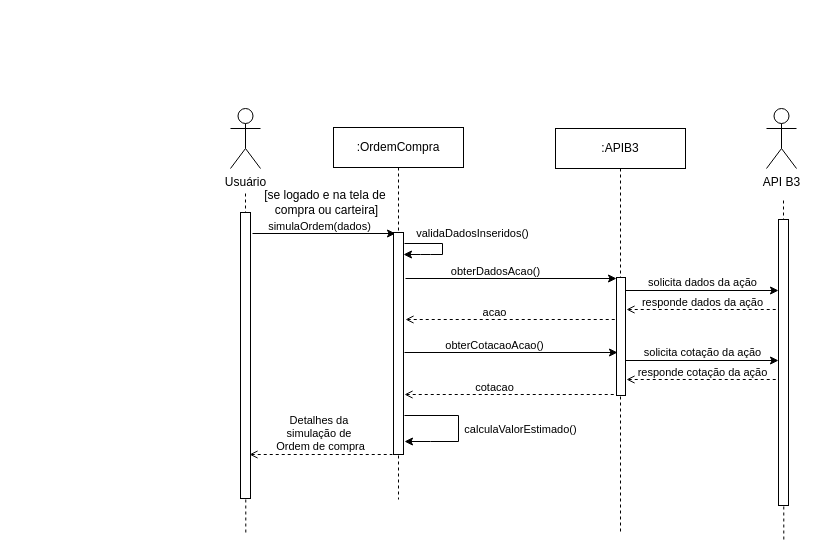
This is diagrama_sequencia/Diagrama_Sequencia_UC07.drawio from gb-cs-rt/home_broker, a draw.io file, before an edit. Source tidied: cells renumbered, new cells numbered last; positions are measured from the earlier drawing's top-left corner, leaving out a move shared by most shapes. Both pictures are drawn from the tidied source at 100%, with x=0, y=0 at pixel (230, 108).
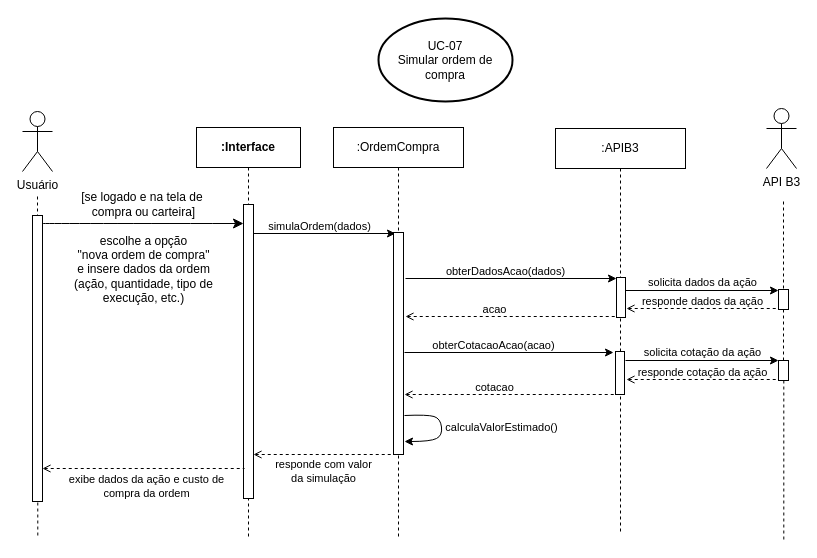
Above is the later version.

The change refers to these unchanged cells:
```xml
<mxCell id="7" value=":APIB3" style="shape=umlLifeline;perimeter=lifelinePerimeter;whiteSpace=wrap;html=1;newEdgeStyle={&quot;curved&quot;:0,&quot;rounded&quot;:0};" parent="1" vertex="1">
  <mxGeometry x="325" y="20" width="130" height="403" as="geometry" />
</mxCell>
<mxCell id="11" style="edgeStyle=none;orthogonalLoop=1;jettySize=auto;html=1;rounded=0;" parent="1" edge="1">
  <mxGeometry relative="1" as="geometry">
    <mxPoint x="175" y="170" as="sourcePoint" />
    <mxPoint x="386" y="170" as="targetPoint" />
  </mxGeometry>
</mxCell>
```

Change to the diagram source:
```diff
@@
     <mxCell id="2" value="Usuário" style="shape=umlActor;verticalLabelPosition=bottom;verticalAlign=top;html=1;" parent="1" vertex="1">
-      <mxGeometry width="30" height="60" as="geometry" />
+      <mxGeometry x="-208" y="3" width="30" height="60" as="geometry" />
     </mxCell>
     <mxCell id="3" style="endArrow=none;dashed=1;html=1;rounded=0;" parent="1" edge="1">
       <mxGeometry relative="1" as="geometry">
-        <mxPoint x="15.3" y="424" as="sourcePoint" />
-        <mxPoint x="15" y="85" as="targetPoint" />
+        <mxPoint x="-192.7" y="427" as="sourcePoint" />
+        <mxPoint x="-193" y="88" as="targetPoint" />
       </mxGeometry>
     </mxCell>
@@
     <mxCell id="6" style="html=1;points=[[0,0,0,0,5],[0,1,0,0,-5],[1,0,0,0,5],[1,1,0,0,-5]];perimeter=orthogonalPerimeter;outlineConnect=0;targetShapes=umlLifeline;portConstraint=eastwest;newEdgeStyle={&quot;curved&quot;:0,&quot;rounded&quot;:0};" parent="1" vertex="1">
-      <mxGeometry x="10" y="104" width="10" height="286" as="geometry" />
+      <mxGeometry x="-198" y="107" width="10" height="286" as="geometry" />
     </mxCell>
@@
     <mxCell id="8" style="html=1;perimeter=orthogonalPerimeter;targetShapes=umlLifeline;newEdgeStyle={&quot;curved&quot;:0,&quot;rounded&quot;:0};" parent="7" vertex="1">
-      <mxGeometry x="61" y="149" width="9" height="118" as="geometry" />
+      <mxGeometry x="61" y="149" width="9" height="40" as="geometry" />
     </mxCell>
+    <mxCell id="37" style="html=1;perimeter=orthogonalPerimeter;targetShapes=umlLifeline;newEdgeStyle={&quot;curved&quot;:0,&quot;rounded&quot;:0};" parent="7" vertex="1">
+      <mxGeometry x="60" y="223" width="9" height="43" as="geometry" />
+    </mxCell>
     <mxCell id="9" value=":OrdemCompra" style="shape=umlLifeline;perimeter=lifelinePerimeter;whiteSpace=wrap;html=1;newEdgeStyle={&quot;curved&quot;:0,&quot;rounded&quot;:0};" parent="1" vertex="1">
-      <mxGeometry x="103" y="19" width="130" height="372" as="geometry" />
+      <mxGeometry x="103" y="19" width="130" height="409" as="geometry" />
     </mxCell>
@@
-    <mxCell id="12" value="obterDadosAcao()" style="edgeLabel;html=1;align=center;verticalAlign=middle;" parent="11" vertex="1">
+    <mxCell id="12" value="obterDadosAcao(dados)" style="edgeLabel;html=1;align=center;verticalAlign=middle;" parent="11" vertex="1">
       <mxGeometry x="-0.16" relative="1" as="geometry">
-        <mxPoint y="-8" as="offset" />
+        <mxPoint x="10" y="-8" as="offset" />
       </mxGeometry>
     </mxCell>
-    <mxCell id="13" style="endArrow=classic;html=1;rounded=0;" parent="1" edge="1">
-      <mxGeometry relative="1" as="geometry">
-        <mxPoint x="174" y="135" as="sourcePoint" />
-        <mxPoint x="173" y="146" as="targetPoint" />
-        <Array as="points">
-          <mxPoint x="212" y="135" />
-          <mxPoint x="212" y="146" />
-          <mxPoint x="200" y="146" />
-          <mxPoint x="190" y="146" />
-        </Array>
-      </mxGeometry>
-    </mxCell>
-    <mxCell id="14" value="validaDadosInseridos()" style="edgeLabel;html=1;align=center;verticalAlign=middle;rotation=0;" parent="13" vertex="1">
-      <mxGeometry x="-0.41" y="-1" relative="1" as="geometry">
-        <mxPoint x="41" y="-12" as="offset" />
-      </mxGeometry>
-    </mxCell>
-    <mxCell id="15" style="edgeStyle=none;orthogonalLoop=1;jettySize=auto;html=1;rounded=0;entryX=0;entryY=0.64;entryDx=0;entryDy=0;entryPerimeter=0;" parent="1" edge="1">
+    <mxCell id="15" style="edgeStyle=none;orthogonalLoop=1;jettySize=auto;html=1;rounded=0;" parent="1" edge="1">
       <mxGeometry relative="1" as="geometry">
         <mxPoint x="174" y="244" as="sourcePoint" />
-        <mxPoint x="387" y="244" as="targetPoint" />
+        <mxPoint x="383" y="244" as="targetPoint" />
       </mxGeometry>
     </mxCell>
-    <mxCell id="16" value="obterCotacaoAcao()" style="edgeLabel;html=1;align=center;verticalAlign=middle;" parent="15" vertex="1">
+    <mxCell id="16" value="obterCotacaoAcao(acao)" style="edgeLabel;html=1;align=center;verticalAlign=middle;" parent="15" vertex="1">
       <mxGeometry x="-0.16" relative="1" as="geometry">
         <mxPoint y="-8" as="offset" />
       </mxGeometry>
     </mxCell>
     <mxCell id="17" style="edgeStyle=none;orthogonalLoop=1;jettySize=auto;html=1;rounded=0;startArrow=open;startFill=0;endArrow=none;endFill=0;dashed=1;" parent="1" edge="1">
       <mxGeometry relative="1" as="geometry">
-        <mxPoint x="175" y="211" as="sourcePoint" />
-        <mxPoint x="385" y="211" as="targetPoint" />
+        <mxPoint x="175" y="208" as="sourcePoint" />
+        <mxPoint x="385" y="208" as="targetPoint" />
       </mxGeometry>
     </mxCell>
@@
-    <mxCell id="21" style="endArrow=classic;html=1;rounded=0;" parent="1" edge="1">
+    <mxCell id="21" style="endArrow=classic;html=1;rounded=0;curved=1;" parent="1" edge="1">
       <mxGeometry relative="1" as="geometry">
         <mxPoint x="174" y="307" as="sourcePoint" />
         <mxPoint x="174" y="333" as="targetPoint" />
         <Array as="points">
-          <mxPoint x="228" y="307" />
-          <mxPoint x="228" y="333" />
+          <mxPoint x="197" y="306" />
+          <mxPoint x="210" y="310" />
+          <mxPoint x="212" y="327" />
           <mxPoint x="200" y="333" />
         </Array>
       </mxGeometry>
     </mxCell>
     <mxCell id="22" value="calculaValorEstimado()" style="edgeLabel;html=1;align=center;verticalAlign=middle;" parent="21" vertex="1">
       <mxGeometry x="-0.09" relative="1" as="geometry">
-        <mxPoint x="61" y="6" as="offset" />
+        <mxPoint x="60" y="3" as="offset" />
       </mxGeometry>
     </mxCell>
-    <mxCell id="23" style="endArrow=none;html=1;rounded=0;startArrow=open;startFill=0;endFill=0;dashed=1;" parent="1" edge="1">
+    <mxCell id="23" style="endArrow=none;html=1;rounded=0;startArrow=open;startFill=0;endFill=0;dashed=1;" parent="1" edge="1" source="41">
       <mxGeometry relative="1" as="geometry">
-        <mxPoint x="19" y="346" as="sourcePoint" />
         <mxPoint x="162" y="346" as="targetPoint" />
       </mxGeometry>
     </mxCell>
-    <mxCell id="24" value="Detalhes da&amp;nbsp;&lt;div&gt;simulação de&amp;nbsp;&lt;/div&gt;&lt;div&gt;Ordem de compra&lt;/div&gt;" style="edgeLabel;html=1;align=center;verticalAlign=middle;" parent="23" vertex="1">
+    <mxCell id="24" value="responde com valor&lt;div&gt;da simulação&lt;/div&gt;" style="edgeLabel;html=1;align=center;verticalAlign=middle;" parent="23" vertex="1">
       <mxGeometry x="0.34" y="1" relative="1" as="geometry">
-        <mxPoint x="-26" y="-21" as="offset" />
+        <mxPoint x="-24" y="17" as="offset" />
       </mxGeometry>
     </mxCell>
-    <mxCell id="25" style="endArrow=none;dashed=1;html=1;rounded=0;" parent="1" edge="1">
+    <mxCell id="25" style="endArrow=none;dashed=1;html=1;rounded=0;" parent="1" edge="1" source="39">
       <mxGeometry relative="1" as="geometry">
-        <mxPoint x="553.3" y="431" as="sourcePoint" />
         <mxPoint x="553" y="92" as="targetPoint" />
       </mxGeometry>
     </mxCell>
     <mxCell id="26" style="html=1;perimeter=orthogonalPerimeter;targetShapes=umlLifeline;newEdgeStyle={&quot;curved&quot;:0,&quot;rounded&quot;:0};" parent="1" vertex="1">
-      <mxGeometry x="548" y="111" width="10" height="286" as="geometry" />
+      <mxGeometry x="548" y="181" width="10" height="20" as="geometry" />
     </mxCell>
@@
     <mxCell id="30" style="edgeStyle=none;orthogonalLoop=1;jettySize=auto;html=1;rounded=0;endArrow=none;endFill=0;startArrow=open;startFill=0;dashed=1;" parent="1" edge="1">
       <mxGeometry relative="1" as="geometry">
-        <mxPoint x="396" y="201" as="sourcePoint" />
-        <mxPoint x="546" y="201" as="targetPoint" />
+        <mxPoint x="396" y="200" as="sourcePoint" />
+        <mxPoint x="546" y="200" as="targetPoint" />
       </mxGeometry>
     </mxCell>
@@
     <mxCell id="36" value="[se logado e na tela de&amp;nbsp;&lt;div&gt;compra ou carteira]&lt;/div&gt;" style="text;html=1;align=center;verticalAlign=middle;strokeColor=none;fillColor=none;" parent="1" vertex="1">
-      <mxGeometry x="24" y="73" width="143" height="41" as="geometry" />
+      <mxGeometry x="-159" y="75" width="143" height="41" as="geometry" />
     </mxCell>
+    <mxCell id="38" style="endArrow=none;dashed=1;html=1;rounded=0;" parent="1" edge="1" target="39">
+      <mxGeometry relative="1" as="geometry">
+        <mxPoint x="553.3" y="431" as="sourcePoint" />
+      </mxGeometry>
+    </mxCell>
+    <mxCell id="39" style="html=1;points=[[0,0,0,0,5],[0,1,0,0,-5],[1,0,0,0,5],[1,1,0,0,-5]];perimeter=orthogonalPerimeter;outlineConnect=0;targetShapes=umlLifeline;portConstraint=eastwest;newEdgeStyle={&quot;curved&quot;:0,&quot;rounded&quot;:0};" parent="1" vertex="1">
+      <mxGeometry x="548" y="252" width="10" height="20" as="geometry" />
+    </mxCell>
+    <mxCell id="40" value="&lt;b&gt;:Interface&lt;/b&gt;" style="shape=umlLifeline;perimeter=lifelinePerimeter;whiteSpace=wrap;html=1;newEdgeStyle={&quot;edgeStyle&quot;:&quot;elbowEdgeStyle&quot;,&quot;elbow&quot;:&quot;vertical&quot;,&quot;curved&quot;:0,&quot;rounded&quot;:0};" parent="1" vertex="1">
+      <mxGeometry x="-34" y="19" width="104" height="409" as="geometry" />
+    </mxCell>
+    <mxCell id="41" style="html=1;points=[];perimeter=orthogonalPerimeter;outlineConnect=0;targetShapes=umlLifeline;portConstraint=eastwest;newEdgeStyle={&quot;edgeStyle&quot;:&quot;elbowEdgeStyle&quot;,&quot;elbow&quot;:&quot;vertical&quot;,&quot;curved&quot;:0,&quot;rounded&quot;:0};" parent="40" vertex="1">
+      <mxGeometry x="47" y="77" width="10" height="294" as="geometry" />
+    </mxCell>
+    <mxCell id="42" style="endArrow=classic;html=1;rounded=0;fontSize=12;startSize=8;endSize=8;curved=1;" parent="1" edge="1" target="41">
+      <mxGeometry relative="1" as="geometry">
+        <mxPoint x="-188" y="115" as="sourcePoint" />
+      </mxGeometry>
+    </mxCell>
+    <mxCell id="43" value="escolhe a opção&lt;div&gt;&quot;nova ordem de compra&quot;&lt;/div&gt;&lt;div&gt;e insere dados da ordem&lt;/div&gt;&lt;div&gt;(ação, quantidade, tipo de&lt;/div&gt;&lt;div&gt;execução, etc.)&lt;/div&gt;" style="edgeLabel;html=1;align=center;verticalAlign=middle;fontSize=12;" parent="42" vertex="1">
+      <mxGeometry x="-0.12" y="-1" relative="1" as="geometry">
+        <mxPoint x="12" y="44" as="offset" />
+      </mxGeometry>
+    </mxCell>
+    <mxCell id="44" style="endArrow=none;html=1;rounded=0;startArrow=open;startFill=0;endFill=0;dashed=1;" parent="1" edge="1" source="6">
+      <mxGeometry relative="1" as="geometry">
+        <mxPoint x="14" y="360" as="targetPoint" />
+      </mxGeometry>
+    </mxCell>
+    <mxCell id="45" value="exibe dados da ação e custo de&lt;div&gt;compra da ordem&lt;/div&gt;" style="edgeLabel;html=1;align=center;verticalAlign=middle;" parent="44" vertex="1">
+      <mxGeometry x="0.34" y="1" relative="1" as="geometry">
+        <mxPoint x="-32" y="18" as="offset" />
+      </mxGeometry>
+    </mxCell>
+    <mxCell id="46" value="UC-07&lt;div&gt;Simular ordem de&lt;br&gt;compra&lt;/div&gt;" style="strokeWidth=2;html=1;shape=mxgraph.flowchart.start_1;whiteSpace=wrap;" parent="1" vertex="1">
+      <mxGeometry x="148" y="-90" width="134" height="83" as="geometry" />
+    </mxCell>
```
